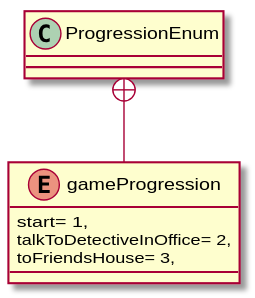
Earlier version of the PlantUML export UML/SceneControllers/ProgressionEnum.svg (robinsuurs/Mallow_Mysterie). The source it was exported from:
```plantuml
@startuml
class ProgressionEnum {
}
enum gameProgression {
    start= 1,
    talkToDetectiveInOffice= 2,
    toFriendsHouse= 3,
}
ProgressionEnum +-- gameProgression
@enduml
```
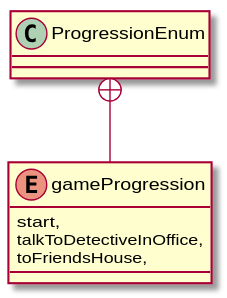
Above is the later version.

The edit, as a diff of the source:
```diff
@@ -2,9 +2,9 @@
 class ProgressionEnum {
 }
 enum gameProgression {
-    start= 1,
-    talkToDetectiveInOffice= 2,
-    toFriendsHouse= 3,
+    start,
+    talkToDetectiveInOffice,
+    toFriendsHouse,
 }
 ProgressionEnum +-- gameProgression
 @enduml
```
